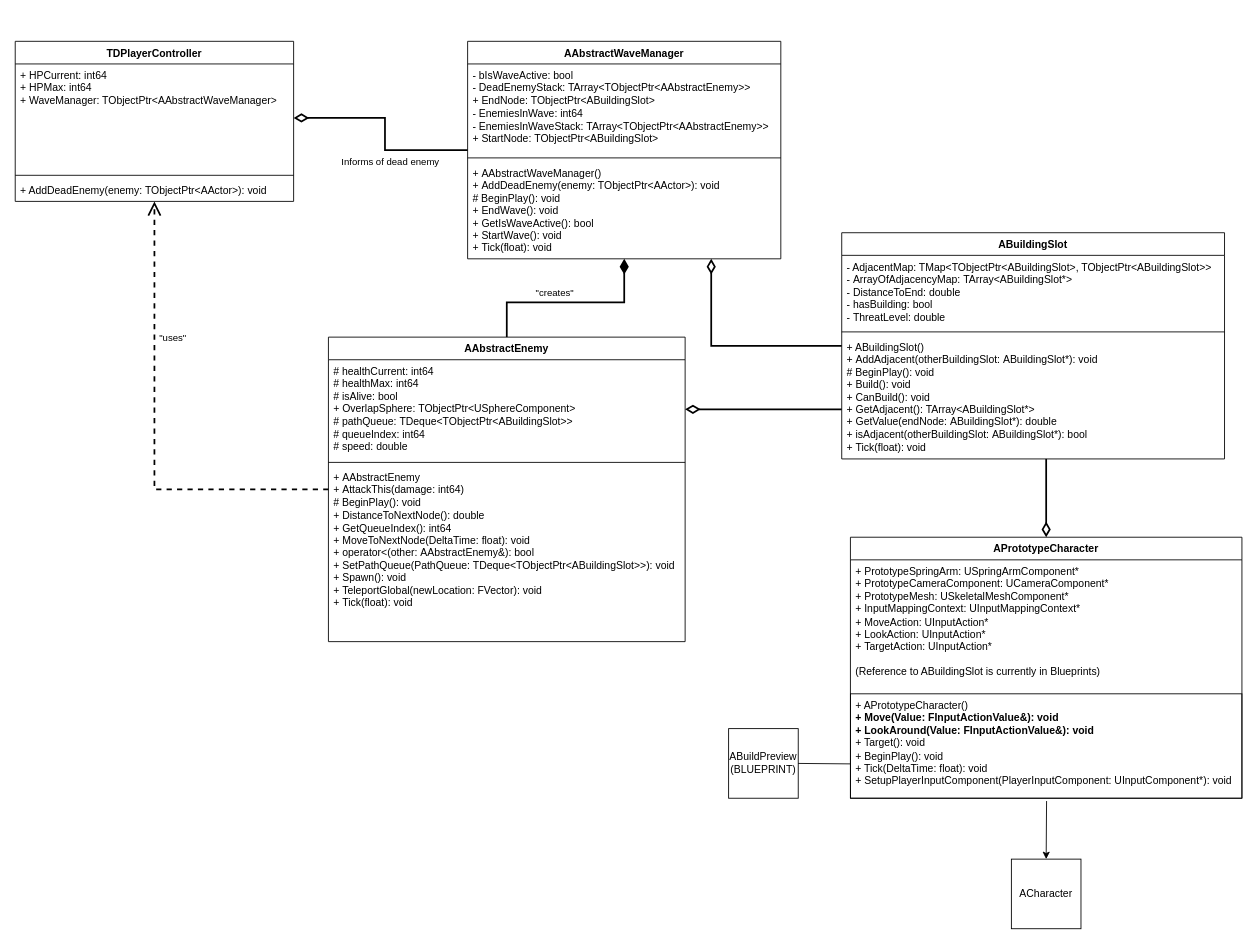
The draw.io diagram UML.drawio in herrkrabbe/Programming3TD, before the edit. Source tidied: cells renumbered, new cells numbered last; positions are measured from the earlier drawing's top-left corner, leaving out a move shared by most shapes. Both pictures are drawn from the tidied source at 87%, with x=0, y=0 at pixel (15, 41).
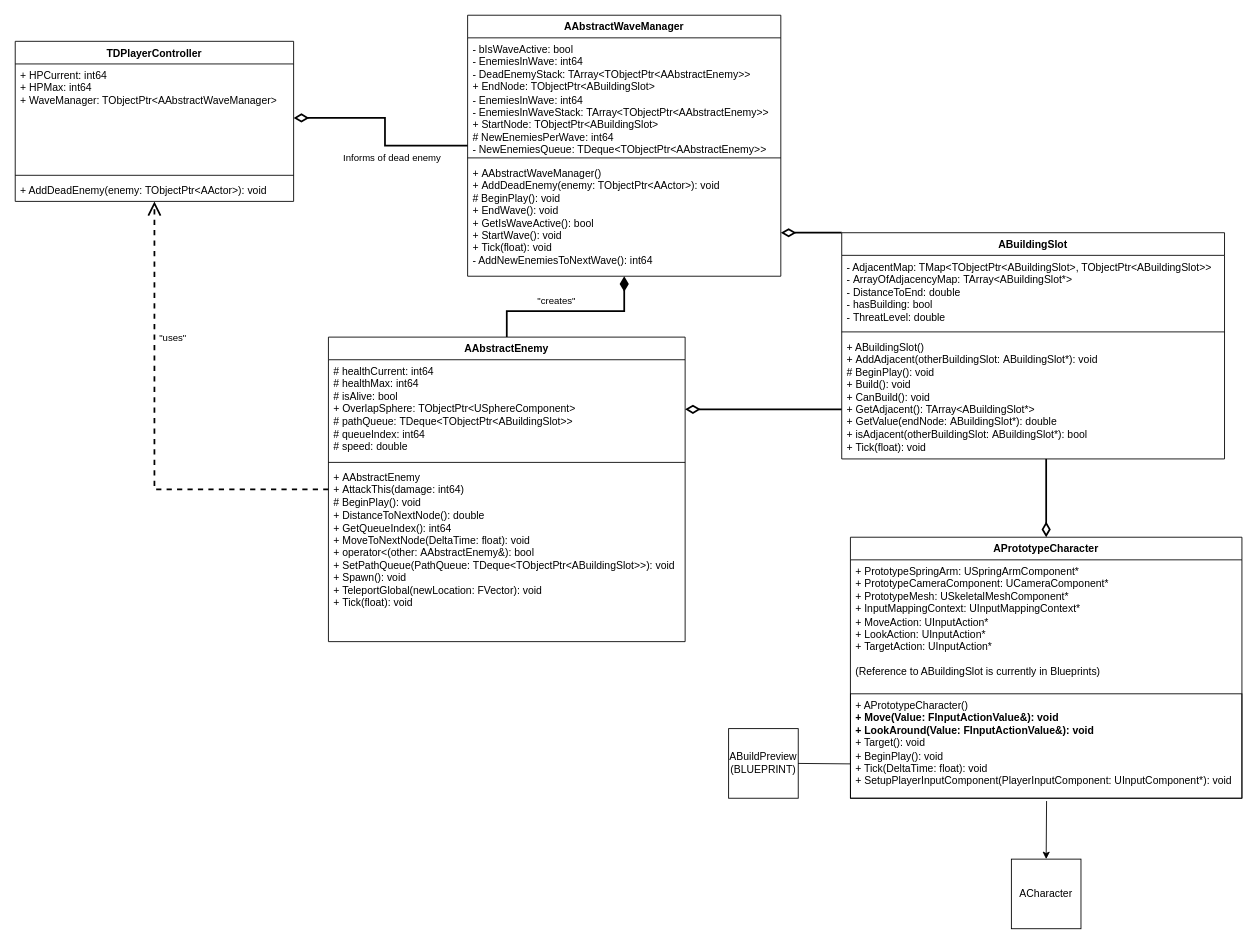
After the change.

What changed in the source:
```diff
@@
     <mxCell id="5" value="AAbstractWaveManager" style="swimlane;fontStyle=1;align=center;verticalAlign=top;horizontal=1;startSize=26;whiteSpace=wrap;html=1;" parent="1" vertex="1">
-      <mxGeometry x="520" width="360" height="250" as="geometry" />
+      <mxGeometry x="520" y="-30" width="360" height="300" as="geometry" />
     </mxCell>
-    <mxCell id="6" value="- bIsWaveActive: bool&lt;div&gt;- DeadEnemyStack: TArray&amp;lt;TObjectPtr&amp;lt;AAbstractEnemy&amp;gt;&amp;gt;&lt;/div&gt;&lt;div&gt;+&amp;nbsp;EndNode:&amp;nbsp;TObjectPtr&amp;lt;ABuildingSlot&amp;gt;&lt;/div&gt;&lt;div&gt;-&amp;nbsp;EnemiesInWave: int64&lt;/div&gt;&lt;div&gt;-&amp;nbsp;EnemiesInWaveStack:&amp;nbsp;TArray&amp;lt;TObjectPtr&amp;lt;AAbstractEnemy&amp;gt;&amp;gt;&lt;/div&gt;&lt;div&gt;+&amp;nbsp;StartNode:&amp;nbsp;TObjectPtr&amp;lt;ABuildingSlot&amp;gt;&lt;/div&gt;" style="text;strokeColor=none;fillColor=none;align=left;verticalAlign=top;spacingLeft=4;spacingRight=4;overflow=hidden;whiteSpace=wrap;html=1;" parent="5" vertex="1">
-      <mxGeometry y="26" width="360" height="104" as="geometry" />
+    <mxCell id="6" value="- bIsWaveActive: bool&lt;br&gt;- EnemiesInWave: int64&lt;br&gt;&lt;div&gt;- DeadEnemyStack: TArray&amp;lt;TObjectPtr&amp;lt;AAbstractEnemy&amp;gt;&amp;gt;&lt;/div&gt;&lt;div&gt;+&amp;nbsp;EndNode:&amp;nbsp;TObjectPtr&amp;lt;ABuildingSlot&amp;gt;&lt;/div&gt;&lt;div&gt;-&amp;nbsp;EnemiesInWave: int64&lt;/div&gt;&lt;div&gt;-&amp;nbsp;EnemiesInWaveStack:&amp;nbsp;TArray&amp;lt;TObjectPtr&amp;lt;AAbstractEnemy&amp;gt;&amp;gt;&lt;/div&gt;&lt;div&gt;+&amp;nbsp;StartNode:&amp;nbsp;TObjectPtr&amp;lt;ABuildingSlot&amp;gt;&lt;/div&gt;&lt;div&gt;# NewEnemiesPerWave: int64&lt;/div&gt;&lt;div&gt;- NewEnemiesQueue: TDeque&amp;lt;TObjectPtr&amp;lt;AAbstractEnemy&amp;gt;&amp;gt;&lt;/div&gt;" style="text;strokeColor=none;fillColor=none;align=left;verticalAlign=top;spacingLeft=4;spacingRight=4;overflow=hidden;whiteSpace=wrap;html=1;" parent="5" vertex="1">
+      <mxGeometry y="26" width="360" height="134" as="geometry" />
     </mxCell>
     <mxCell id="7" style="line;strokeWidth=1;fillColor=none;align=left;verticalAlign=middle;spacingTop=-1;spacingLeft=3;spacingRight=3;labelPosition=right;strokeColor=inherit;" parent="5" vertex="1">
-      <mxGeometry y="130" width="360" height="8" as="geometry" />
+      <mxGeometry y="160" width="360" height="8" as="geometry" />
     </mxCell>
-    <mxCell id="8" value="+&amp;nbsp;AAbstractWaveManager()&lt;div&gt;+&amp;nbsp;AddDeadEnemy(enemy: TObjectPtr&amp;lt;AActor&amp;gt;): void&lt;/div&gt;&lt;div&gt;# BeginPlay(): void&lt;/div&gt;&lt;div&gt;+&amp;nbsp;EndWave(): void&lt;/div&gt;&lt;div&gt;+&amp;nbsp;GetIsWaveActive(): bool&lt;/div&gt;&lt;div&gt;+&amp;nbsp;StartWave(): void&lt;/div&gt;&lt;div&gt;+&amp;nbsp;Tick(float): void&lt;br&gt;&lt;/div&gt;" style="text;strokeColor=none;fillColor=none;align=left;verticalAlign=top;spacingLeft=4;spacingRight=4;overflow=hidden;whiteSpace=wrap;html=1;" parent="5" vertex="1">
-      <mxGeometry y="138" width="360" height="112" as="geometry" />
+    <mxCell id="8" value="+&amp;nbsp;AAbstractWaveManager()&lt;div&gt;+&amp;nbsp;AddDeadEnemy(enemy: TObjectPtr&amp;lt;AActor&amp;gt;): void&lt;/div&gt;&lt;div&gt;# BeginPlay(): void&lt;/div&gt;&lt;div&gt;+&amp;nbsp;EndWave(): void&lt;/div&gt;&lt;div&gt;+&amp;nbsp;GetIsWaveActive(): bool&lt;/div&gt;&lt;div&gt;+&amp;nbsp;StartWave(): void&lt;/div&gt;&lt;div&gt;+&amp;nbsp;Tick(float): void&lt;br&gt;&lt;/div&gt;&lt;div&gt;- AddNewEnemiesToNextWave(): int64&lt;/div&gt;" style="text;strokeColor=none;fillColor=none;align=left;verticalAlign=top;spacingLeft=4;spacingRight=4;overflow=hidden;whiteSpace=wrap;html=1;" parent="5" vertex="1">
+      <mxGeometry y="168" width="360" height="132" as="geometry" />
     </mxCell>
```
